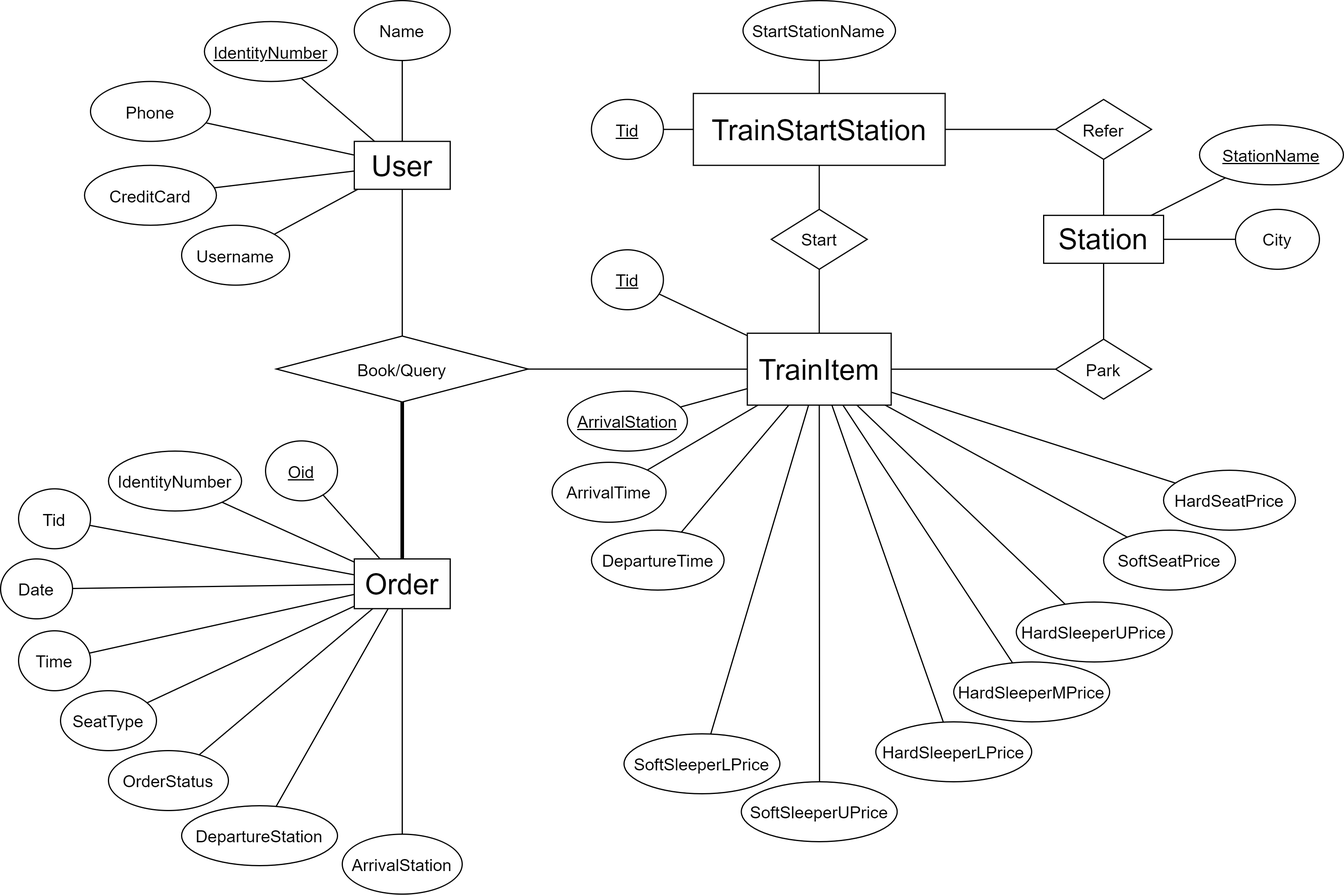
Above: design/readme.assets/ER-graph-er-after-chk-5.3.png in KevinGeejo/Railway-Booking-System (draw.io), before the change. Source tidied: cells renumbered, new cells last; positions are measured from the earlier drawing's top-left corner, leaving out a move shared by most shapes.
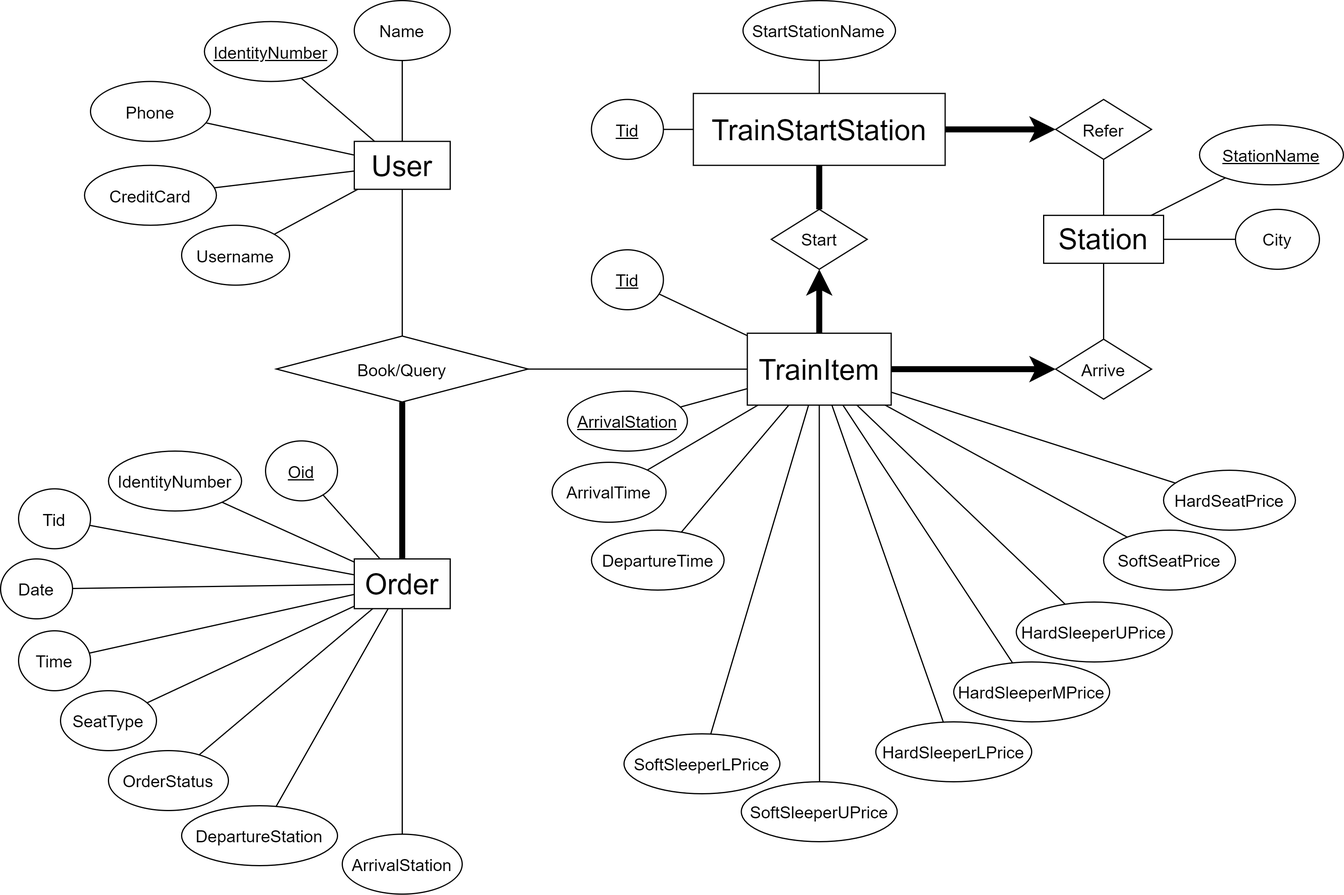
Later version of the same file.

Commit message:
Design: modify ER graph (add constraints)

Diff of the diagram source:
```diff
@@ -44,10 +44,10 @@
     <mxCell id="15" style="endArrow=none;html=1;" parent="1" edge="1" source="12" target="4">
       <mxGeometry relative="1" as="geometry" />
     </mxCell>
-    <mxCell id="16" value="&lt;font style=&quot;font-size: 14px&quot;&gt;Park&lt;/font&gt;" style="rhombus;whiteSpace=wrap;html=1;" parent="1" vertex="1">
+    <mxCell id="16" value="&lt;font style=&quot;font-size: 14px&quot;&gt;Arrive&lt;/font&gt;" style="rhombus;whiteSpace=wrap;html=1;" parent="1" vertex="1">
       <mxGeometry x="880" y="282.6" width="80" height="50" as="geometry" />
     </mxCell>
-    <mxCell id="17" style="endArrow=none;html=1;" parent="1" edge="1" source="16" target="2">
+    <mxCell id="17" style="endArrow=none;html=1;fillColor=#f8cecc;strokeWidth=5;startArrow=classic;startFill=1;" parent="1" edge="1" source="16" target="2">
       <mxGeometry relative="1" as="geometry" />
     </mxCell>
     <mxCell id="18" style="endArrow=none;html=1;" parent="1" edge="1" source="3" target="16">
@@ -155,7 +155,7 @@
     <mxCell id="52" style="endArrow=none;html=1;" parent="1" edge="1" source="35" target="2">
       <mxGeometry relative="1" as="geometry" />
     </mxCell>
-    <mxCell id="53" style="endArrow=none;html=1;strokeColor=#000000;fillColor=#000000;strokeWidth=3;" parent="1" edge="1" source="5" target="24">
+    <mxCell id="53" style="endArrow=none;html=1;strokeColor=#000000;fillColor=#000000;strokeWidth=5;" parent="1" edge="1" source="5" target="24">
       <mxGeometry relative="1" as="geometry" />
     </mxCell>
     <mxCell id="54" style="endArrow=none;html=1;" parent="1" edge="1" source="2" target="23">
@@ -215,10 +215,10 @@
     <mxCell id="72" value="&lt;font style=&quot;font-size: 14px&quot;&gt;Start&lt;/font&gt;" style="rhombus;whiteSpace=wrap;html=1;" parent="1" vertex="1">
       <mxGeometry x="642.8" y="174.2" width="80" height="50" as="geometry" />
     </mxCell>
-    <mxCell id="73" style="endArrow=none;html=1;" parent="1" edge="1" source="72" target="69">
+    <mxCell id="73" style="endArrow=none;html=1;strokeWidth=5;fillColor=#ffe6cc;" parent="1" edge="1" source="72" target="69">
       <mxGeometry relative="1" as="geometry" />
     </mxCell>
-    <mxCell id="74" style="endArrow=none;html=1;" parent="1" edge="1" source="2" target="72">
+    <mxCell id="74" style="endArrow=classic;html=1;strokeWidth=5;startArrow=none;startFill=0;endFill=1;fillColor=#ffe6cc;" parent="1" edge="1" source="2" target="72">
       <mxGeometry relative="1" as="geometry" />
     </mxCell>
     <mxCell id="75" value="&lt;font style=&quot;font-size: 14px&quot;&gt;Refer&lt;/font&gt;" style="rhombus;whiteSpace=wrap;html=1;" parent="1" vertex="1">
@@ -227,7 +227,7 @@
     <mxCell id="76" style="endArrow=none;html=1;" parent="1" edge="1" source="3" target="75">
       <mxGeometry relative="1" as="geometry" />
     </mxCell>
-    <mxCell id="77" style="endArrow=none;html=1;" parent="1" edge="1" source="75" target="69">
+    <mxCell id="77" style="endArrow=none;html=1;fillColor=#f8cecc;startArrow=classic;startFill=1;strokeWidth=5;" parent="1" edge="1" source="75" target="69">
       <mxGeometry relative="1" as="geometry" />
     </mxCell>
   </root>
```
